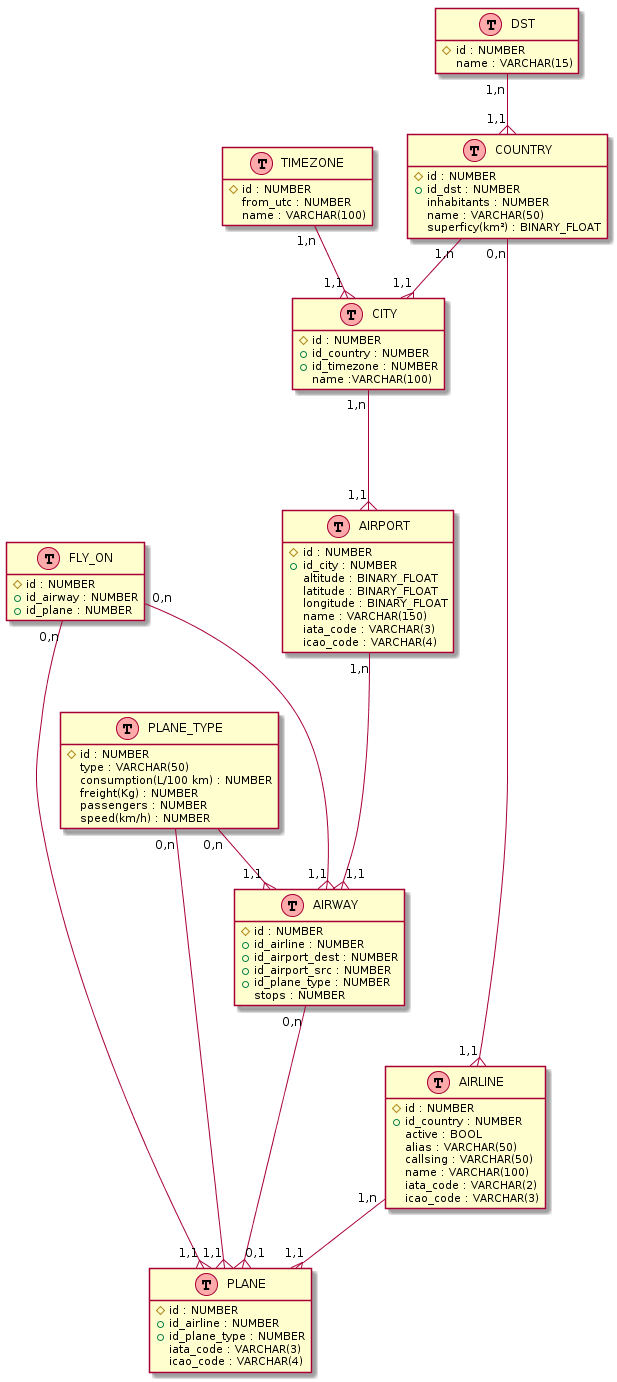
Above: resources/database_modelisation/modelisation.png in pBouillon/OpenFlightStatisticsAggregator (PlantUML), before the change.
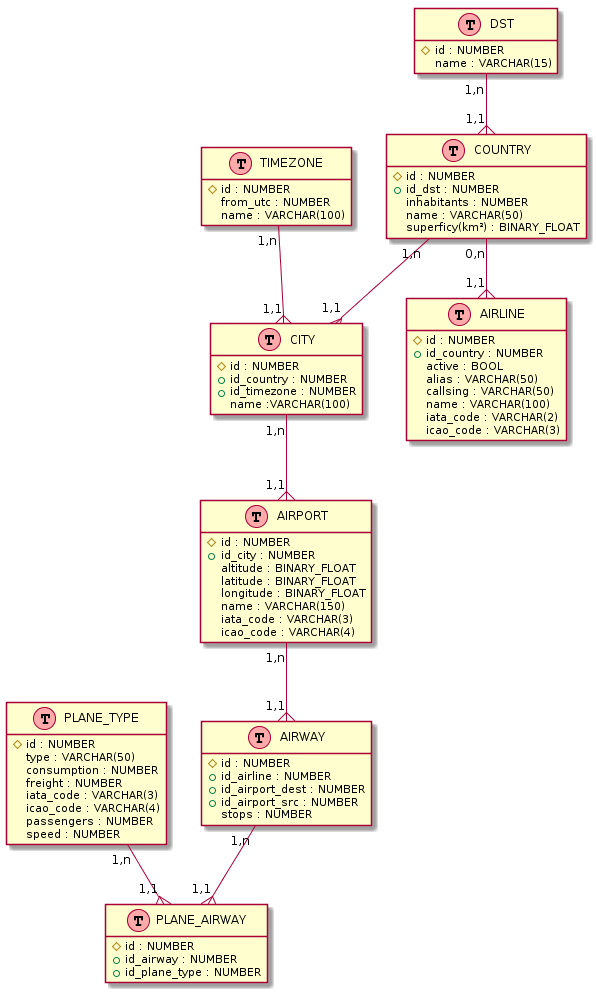
The same diagram one commit later.

The edit, as a diff of the source:
```diff
@@ -19,10 +19,12 @@
 class PLANE_TYPE << (T,#FFAAAA) >> {
     {field} #id : NUMBER
     {field} type : VARCHAR(50)
-    {field} consumption(L/100 km) : NUMBER
-    {field} freight(Kg) : NUMBER
+    {field} consumption : NUMBER
+    {field} freight : NUMBER
+    {field} iata_code : VARCHAR(3)
+    {field} icao_code : VARCHAR(4)
     {field} passengers : NUMBER
-    {field} speed(km/h) : NUMBER
+    {field} speed : NUMBER
 }
 
 class TIMEZONE << (T,#FFAAAA) >> {
@@ -42,19 +44,6 @@
     {field} icao_code : VARCHAR(3)
 }
 
-class CITY << (T,#FFAAAA) >> {
-    {field} #id : NUMBER
-    {field} +id_country : NUMBER
-    {field} +id_timezone : NUMBER
-    {field} name :VARCHAR(100)
-}
-
-class FLY_ON << (T,#FFAAAA) >> {
-    {field} #id : NUMBER
-    {field} +id_airway : NUMBER
-    {field} +id_plane : NUMBER
-}
-
 class AIRPORT << (T,#FFAAAA) >> {
     {field} #id : NUMBER
     {field} +id_city : NUMBER
@@ -67,12 +56,17 @@
 
 }
 
-class PLANE << (T,#FFAAAA) >> {
+class CITY << (T,#FFAAAA) >> {
     {field} #id : NUMBER
-    {field} +id_airline : NUMBER
+    {field} +id_country : NUMBER
+    {field} +id_timezone : NUMBER
+    {field} name :VARCHAR(100)
+}
+
+class PLANE_AIRWAY << (T,#FFAAAA) >> {
+    {field} #id : NUMBER
+    {field} +id_airway : NUMBER
     {field} +id_plane_type : NUMBER
-    {field} iata_code : VARCHAR(3)
-    {field} icao_code : VARCHAR(4)
 }
 
 class AIRWAY << (T,#FFAAAA) >> {
@@ -80,28 +74,21 @@
     {field} +id_airline : NUMBER
     {field} +id_airport_dest : NUMBER
     {field} +id_airport_src : NUMBER
-    {field} +id_plane_type : NUMBER
     {field} stops : NUMBER
 }
 
-AIRLINE "1,n" -{ "1,1" PLANE
+AIRPORT "1,n" --{ "1,1" AIRWAY
 
-AIRPORT "1,n" ---{ "1,1" AIRWAY
+AIRWAY "1,n" --{ "1,1" PLANE_AIRWAY
 
-AIRWAY "0,n" ---{ "0,1" PLANE
+CITY "1,n" --{ "1,1" AIRPORT
 
-CITY "1,n" ---{ "1,1" AIRPORT
-
-COUNTRY "0,n" ---{ "1,1" AIRLINE
+COUNTRY "0,n" --{ "1,1" AIRLINE
 COUNTRY "1,n" --{ "1,1" CITY
 
 DST "1,n" --{ "1,1" COUNTRY
 
-FLY_ON "0,n" ---{ "1,1" AIRWAY
-FLY_ON "0,n" ---{ "1,1" PLANE
-
-PLANE_TYPE "0,n" --{ "1,1" AIRWAY
-PLANE_TYPE "0,n" --{ "1,1" PLANE
+PLANE_TYPE "1,n" --{ "1,1" PLANE_AIRWAY
 
 TIMEZONE "1,n" --{ "1,1" CITY
 @enduml
```
